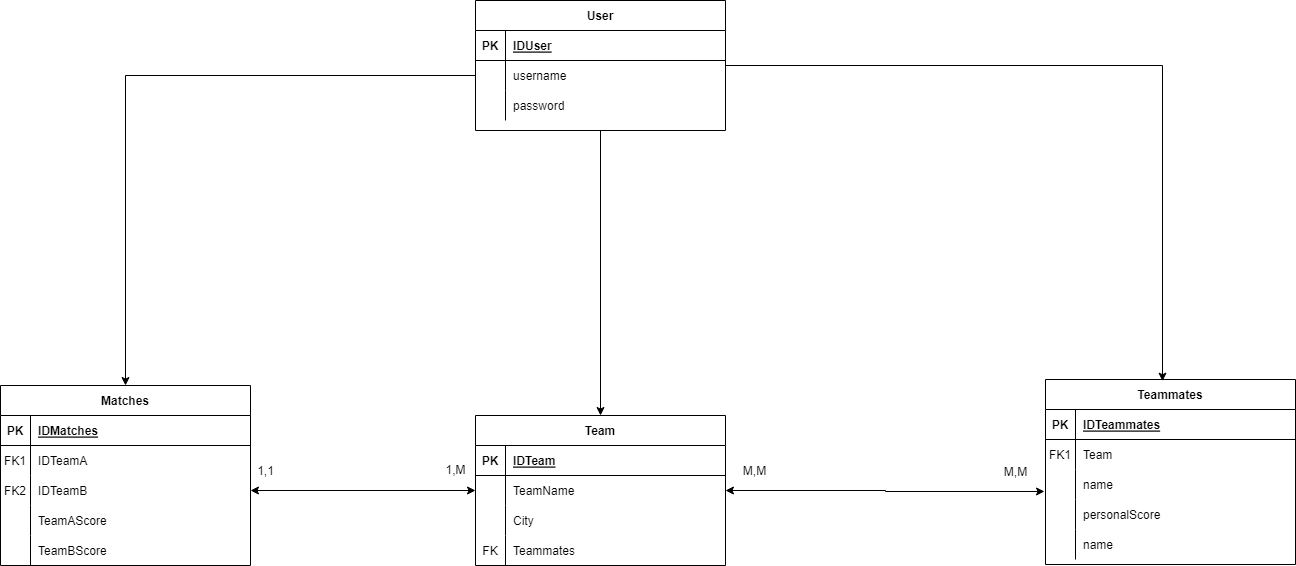
The draw.io diagram src/main/resources/static/UML/RekreativUML.drawio.png in mastilovic/rekreativ-startup, before a commit. Source tidied: cells renumbered, new cells last; positions are measured from the earlier drawing's top-left corner, leaving out a move shared by most shapes.
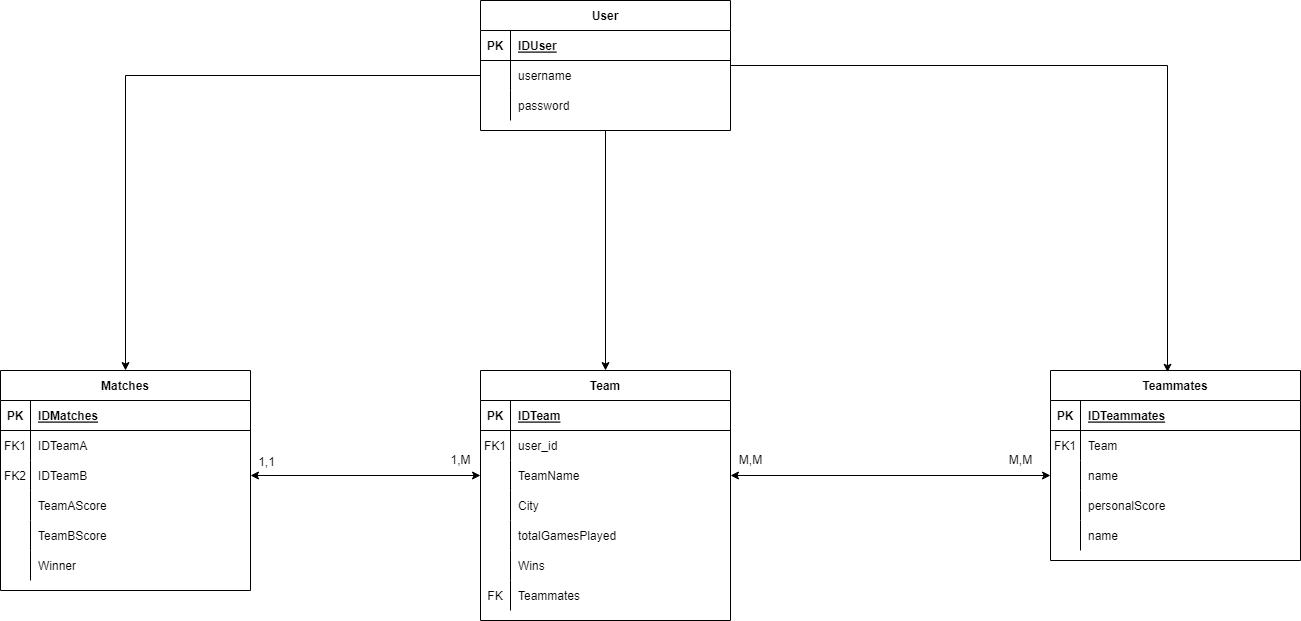
The same file after the commit.

Commit message:
Updated: UML Entity attributes

What changed in the source:
```diff
@@ -3,7 +3,7 @@
     <mxCell id="0" />
     <mxCell id="1" parent="0" />
     <mxCell id="2" value="Team" style="shape=table;startSize=30;rowLines=0;fontStyle=1;align=center;" parent="1" vertex="1">
-      <mxGeometry x="475" y="415" width="250" height="150" as="geometry" />
+      <mxGeometry x="475" y="370" width="250" height="250" as="geometry" />
     </mxCell>
     <mxCell id="3" style="shape=partialRectangle;fillColor=none;top=0;left=0;right=0;bottom=1;" parent="2" vertex="1">
       <mxGeometry y="30" width="250" height="30" as="geometry" />
@@ -14,8 +14,17 @@
     <mxCell id="5" value="IDTeam" style="shape=partialRectangle;overflow=hidden;fillColor=none;top=0;left=0;bottom=0;right=0;align=left;spacingLeft=6;fontStyle=5;" parent="3" vertex="1">
       <mxGeometry x="30" width="220" height="30" as="geometry" />
     </mxCell>
+    <mxCell id="66" style="shape=partialRectangle;fillColor=none;top=0;left=0;right=0;bottom=0;" parent="2" vertex="1">
+      <mxGeometry y="60" width="250" height="30" as="geometry" />
+    </mxCell>
+    <mxCell id="67" value="FK1" style="shape=partialRectangle;overflow=hidden;fillColor=none;top=0;left=0;bottom=0;right=0;" parent="66" vertex="1">
+      <mxGeometry width="30" height="30" as="geometry" />
+    </mxCell>
+    <mxCell id="68" value="user_id" style="shape=partialRectangle;overflow=hidden;fillColor=none;top=0;left=0;bottom=0;right=0;align=left;spacingLeft=6;" parent="66" vertex="1">
+      <mxGeometry x="30" width="220" height="30" as="geometry" />
+    </mxCell>
     <mxCell id="6" style="shape=partialRectangle;fillColor=none;points=[[0,0.5],[1,0.5]];portConstraint=eastwest;top=0;left=0;right=0;bottom=0;" parent="2" vertex="1">
-      <mxGeometry y="60" width="250" height="30" as="geometry" />
+      <mxGeometry y="90" width="250" height="30" as="geometry" />
     </mxCell>
     <mxCell id="7" style="shape=partialRectangle;overflow=hidden;fillColor=none;top=0;left=0;bottom=0;right=0;" parent="6" vertex="1">
       <mxGeometry width="30" height="30" as="geometry" />
@@ -24,7 +33,7 @@
       <mxGeometry x="30" width="220" height="30" as="geometry" />
     </mxCell>
     <mxCell id="9" style="shape=partialRectangle;fillColor=none;top=0;left=0;right=0;bottom=0;" parent="2" vertex="1">
-      <mxGeometry y="90" width="250" height="30" as="geometry" />
+      <mxGeometry y="120" width="250" height="30" as="geometry" />
     </mxCell>
     <mxCell id="10" style="shape=partialRectangle;overflow=hidden;fillColor=none;top=0;left=0;bottom=0;right=0;" parent="9" vertex="1">
       <mxGeometry width="30" height="30" as="geometry" />
@@ -33,16 +42,34 @@
       <mxGeometry x="30" width="220" height="30" as="geometry" />
     </mxCell>
     <mxCell id="12" style="shape=partialRectangle;fillColor=none;top=0;left=0;right=0;bottom=0;" parent="2" vertex="1">
-      <mxGeometry y="120" width="250" height="30" as="geometry" />
+      <mxGeometry y="150" width="250" height="30" as="geometry" />
     </mxCell>
-    <mxCell id="13" value="FK" style="shape=partialRectangle;overflow=hidden;fillColor=none;top=0;left=0;bottom=0;right=0;" parent="12" vertex="1">
+    <mxCell id="13" style="shape=partialRectangle;overflow=hidden;fillColor=none;top=0;left=0;bottom=0;right=0;" parent="12" vertex="1">
       <mxGeometry width="30" height="30" as="geometry" />
     </mxCell>
-    <mxCell id="14" value="Teammates" style="shape=partialRectangle;overflow=hidden;fillColor=none;top=0;left=0;bottom=0;right=0;align=left;spacingLeft=6;" parent="12" vertex="1">
+    <mxCell id="14" value="totalGamesPlayed" style="shape=partialRectangle;overflow=hidden;fillColor=none;top=0;left=0;bottom=0;right=0;align=left;spacingLeft=6;" parent="12" vertex="1">
       <mxGeometry x="30" width="220" height="30" as="geometry" />
     </mxCell>
+    <mxCell id="69" style="shape=partialRectangle;fillColor=none;top=0;left=0;right=0;bottom=0;" parent="2" vertex="1">
+      <mxGeometry y="180" width="250" height="30" as="geometry" />
+    </mxCell>
+    <mxCell id="70" style="shape=partialRectangle;overflow=hidden;fillColor=none;top=0;left=0;bottom=0;right=0;" parent="69" vertex="1">
+      <mxGeometry width="30" height="30" as="geometry" />
+    </mxCell>
+    <mxCell id="71" value="Wins" style="shape=partialRectangle;overflow=hidden;fillColor=none;top=0;left=0;bottom=0;right=0;align=left;spacingLeft=6;" parent="69" vertex="1">
+      <mxGeometry x="30" width="220" height="30" as="geometry" />
+    </mxCell>
+    <mxCell id="72" style="shape=partialRectangle;fillColor=none;top=0;left=0;right=0;bottom=0;" parent="2" vertex="1">
+      <mxGeometry y="210" width="250" height="30" as="geometry" />
+    </mxCell>
+    <mxCell id="73" value="FK" style="shape=partialRectangle;overflow=hidden;fillColor=none;top=0;left=0;bottom=0;right=0;" parent="72" vertex="1">
+      <mxGeometry width="30" height="30" as="geometry" />
+    </mxCell>
+    <mxCell id="74" value="Teammates" style="shape=partialRectangle;overflow=hidden;fillColor=none;top=0;left=0;bottom=0;right=0;align=left;spacingLeft=6;" parent="72" vertex="1">
+      <mxGeometry x="30" width="220" height="30" as="geometry" />
+    </mxCell>
     <mxCell id="15" value="Teammates" style="shape=table;startSize=30;rowLines=0;fontStyle=1;align=center;" parent="1" vertex="1">
-      <mxGeometry x="1045" y="379" width="250" height="185" as="geometry" />
+      <mxGeometry x="1045" y="370" width="250" height="190" as="geometry" />
     </mxCell>
     <mxCell id="16" style="shape=partialRectangle;fillColor=none;top=0;left=0;right=0;bottom=1;" parent="15" vertex="1">
       <mxGeometry y="30" width="250" height="30" as="geometry" />
@@ -125,8 +152,11 @@
     <mxCell id="42" value="password" style="shape=partialRectangle;overflow=hidden;fillColor=none;top=0;left=0;bottom=0;right=0;align=left;spacingLeft=6;" parent="40" vertex="1">
       <mxGeometry x="30" width="220" height="30" as="geometry" />
     </mxCell>
+    <mxCell id="75" style="edgeStyle=orthogonalEdgeStyle;rounded=0;jettySize=auto;html=1;entryX=1;entryY=0.5;entryDx=0;entryDy=0;exitX=0;exitY=0.5;exitDx=0;exitDy=0;endArrow=classic;endFill=1;startArrow=classic;startFill=1;" parent="1" edge="1" source="22" target="6">
+      <mxGeometry relative="1" as="geometry" />
+    </mxCell>
     <mxCell id="43" value="Matches" style="shape=table;startSize=30;rowLines=0;fontStyle=1;align=center;" parent="1" vertex="1">
-      <mxGeometry y="385" width="250" height="180" as="geometry" />
+      <mxGeometry x="-5" y="370" width="250" height="220" as="geometry" />
     </mxCell>
     <mxCell id="44" style="shape=partialRectangle;fillColor=none;top=0;left=0;right=0;bottom=1;" parent="43" vertex="1">
       <mxGeometry y="30" width="250" height="30" as="geometry" />
@@ -173,26 +203,32 @@
     <mxCell id="58" value="TeamBScore" style="shape=partialRectangle;overflow=hidden;fillColor=none;top=0;left=0;bottom=0;right=0;align=left;spacingLeft=6;" parent="56" vertex="1">
       <mxGeometry x="30" width="220" height="30" as="geometry" />
     </mxCell>
+    <mxCell id="76" style="shape=partialRectangle;fillColor=none;top=0;left=0;right=0;bottom=0;" parent="43" vertex="1">
+      <mxGeometry y="180" width="250" height="30" as="geometry" />
+    </mxCell>
+    <mxCell id="77" style="shape=partialRectangle;overflow=hidden;fillColor=none;top=0;left=0;bottom=0;right=0;" parent="76" vertex="1">
+      <mxGeometry width="30" height="30" as="geometry" />
+    </mxCell>
+    <mxCell id="78" value="Winner" style="shape=partialRectangle;overflow=hidden;fillColor=none;top=0;left=0;bottom=0;right=0;align=left;spacingLeft=6;" parent="76" vertex="1">
+      <mxGeometry x="30" width="220" height="30" as="geometry" />
+    </mxCell>
     <mxCell id="59" value="M,M" style="text;html=1;align=center;verticalAlign=middle;strokeColor=none;fillColor=none;" parent="1" vertex="1">
-      <mxGeometry x="995" y="461.5" width="40" height="20" as="geometry" />
+      <mxGeometry x="995" y="450" width="40" height="20" as="geometry" />
     </mxCell>
     <mxCell id="60" value="M,M" style="text;html=1;align=center;verticalAlign=middle;strokeColor=none;fillColor=none;" parent="1" vertex="1">
-      <mxGeometry x="734" y="461" width="40" height="20" as="geometry" />
+      <mxGeometry x="725" y="450" width="40" height="20" as="geometry" />
     </mxCell>
+    <mxCell id="64" style="edgeStyle=orthogonalEdgeStyle;rounded=0;jettySize=auto;html=1;entryX=1;entryY=0.5;entryDx=0;entryDy=0;startArrow=classic;startFill=1;endArrow=classic;endFill=1;" parent="1" edge="1" source="6" target="50">
+      <mxGeometry relative="1" as="geometry" />
+    </mxCell>
     <mxCell id="61" style="edgeStyle=orthogonalEdgeStyle;rounded=0;jettySize=auto;html=1;entryX=0.5;entryY=0;entryDx=0;entryDy=0;startArrow=none;startFill=0;endArrow=classic;endFill=1;" parent="1" edge="1" source="37" target="43">
       <mxGeometry relative="1" as="geometry" />
     </mxCell>
     <mxCell id="62" value="1,M" style="text;html=1;align=center;verticalAlign=middle;strokeColor=none;fillColor=none;" parent="1" vertex="1">
-      <mxGeometry x="435" y="460" width="40" height="20" as="geometry" />
+      <mxGeometry x="435" y="440" width="40" height="20" as="geometry" />
     </mxCell>
     <mxCell id="63" value="1,1" style="text;html=1;align=center;verticalAlign=middle;strokeColor=none;fillColor=none;" parent="1" vertex="1">
-      <mxGeometry x="250" y="461" width="30" height="20" as="geometry" />
+      <mxGeometry x="246" y="452" width="30" height="20" as="geometry" />
     </mxCell>
-    <mxCell id="64" style="edgeStyle=orthogonalEdgeStyle;rounded=0;jettySize=auto;html=1;entryX=1;entryY=0.5;entryDx=0;entryDy=0;startArrow=classic;startFill=1;" parent="1" edge="1" source="6" target="50">
-      <mxGeometry relative="1" as="geometry" />
-    </mxCell>
-    <mxCell id="65" style="edgeStyle=orthogonalEdgeStyle;rounded=0;jettySize=auto;html=1;entryX=-0.004;entryY=0.733;entryDx=0;entryDy=0;entryPerimeter=0;startArrow=classic;startFill=1;" parent="1" edge="1" source="6" target="22">
-      <mxGeometry relative="1" as="geometry" />
-    </mxCell>
   </root>
 </mxGraphModel>
```
